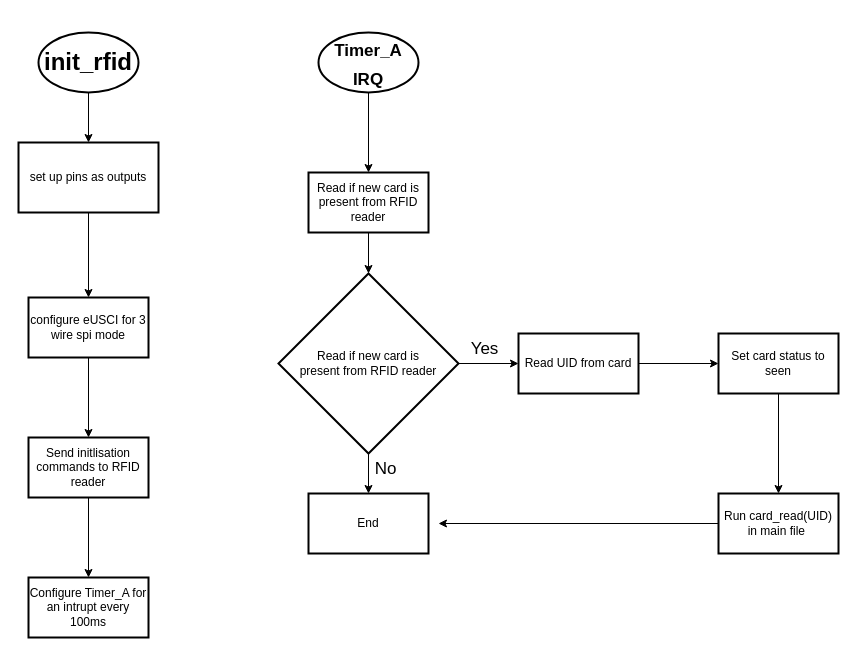
The draw.io diagram flowcharts/RFID Flow.drawio in django-wardlow/ece230TermProject, before the edit. Source tidied: cells renumbered, new cells numbered last; positions are measured from the earlier drawing's top-left corner, leaving out a move shared by most shapes. Both pictures are drawn from the tidied source at 100%, with x=0, y=0 at pixel (18, 32).
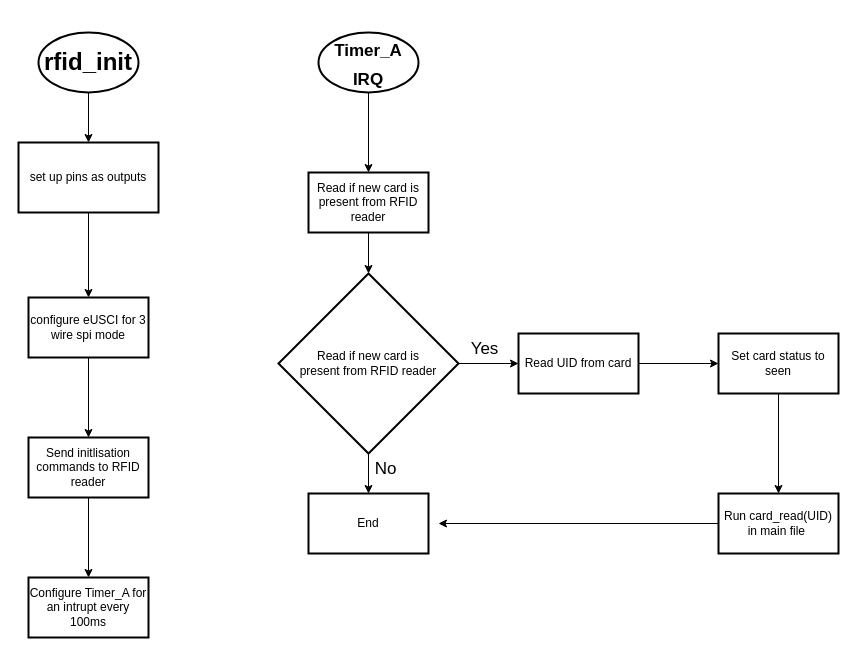
After the change.

What changed in the source:
```diff
@@
-    <mxCell id="3" value="&lt;h1&gt;init_rfid&lt;/h1&gt;" style="strokeWidth=2;html=1;shape=mxgraph.flowchart.start_1;whiteSpace=wrap;" parent="1" vertex="1">
+    <mxCell id="3" value="&lt;h1&gt;rfid_init&lt;/h1&gt;" style="strokeWidth=2;html=1;shape=mxgraph.flowchart.start_1;whiteSpace=wrap;" parent="1" vertex="1">
       <mxGeometry x="20" width="100" height="60" as="geometry" />
     </mxCell>
```
